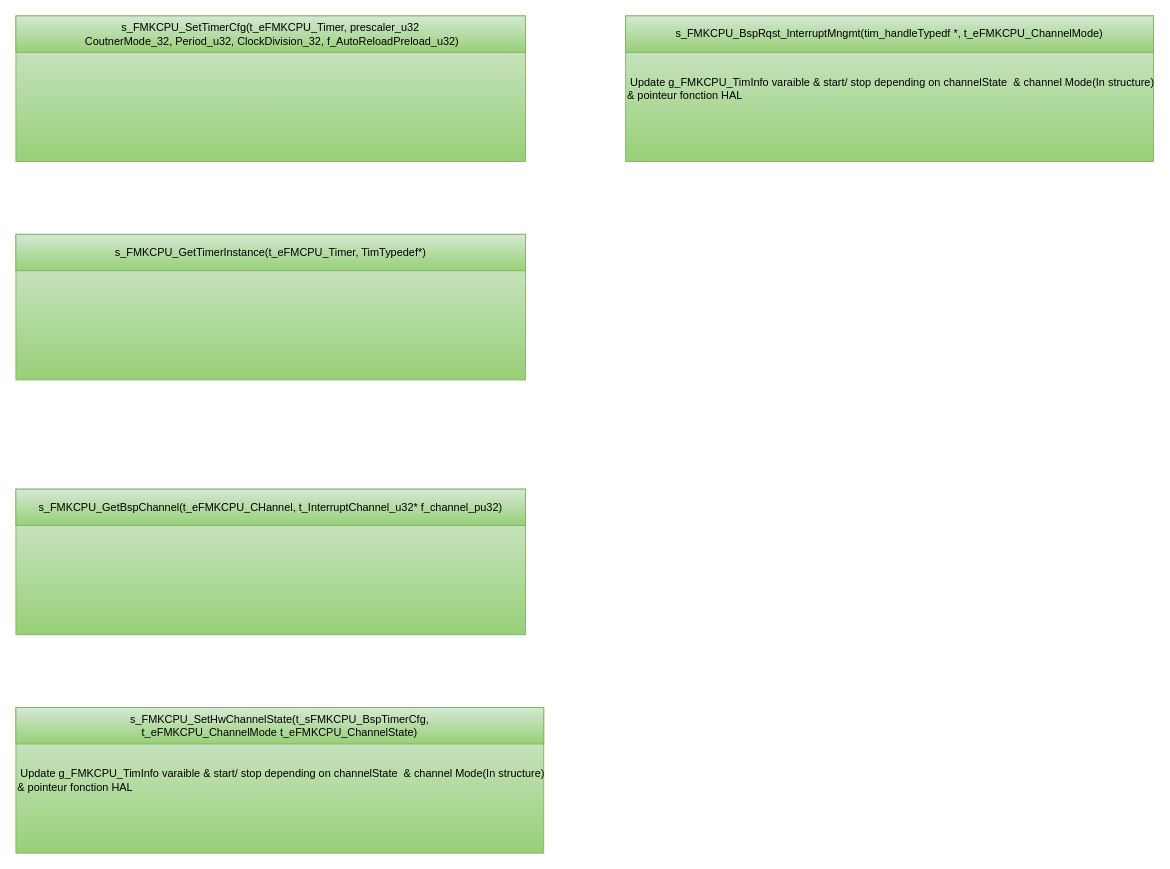
This is page "Static API" (2 of 14) of src/1_FMK/FMK_HAL/FMK_CPU/Doc/FMK_CPU.drawio from mbarbeau0545/Stm32PrjTpl, a draw.io file, before an edit. Source tidied: cells renumbered, new cells numbered last; positions are measured from the earlier drawing's top-left corner, leaving out a move shared by most shapes. Both pictures are drawn from the tidied source at 91%, with x=0, y=0 at pixel (15, 15).
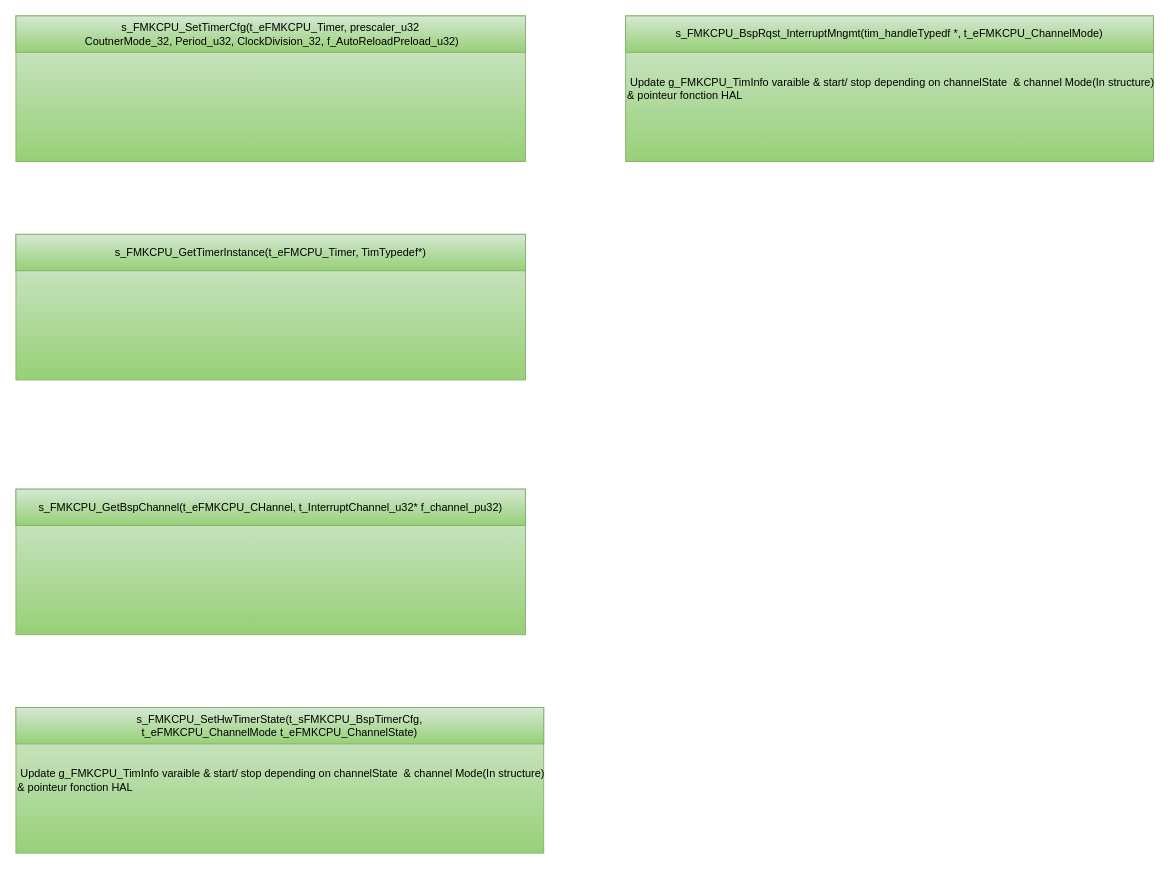
After the change.

The edit, as a diff of the source:
```diff
@@
 <mxGraphModel>
   <root>
     <mxCell id="0" />
     <mxCell id="1" parent="0" />
     <mxCell id="2" style="group;" parent="1" vertex="1">
       <mxGeometry width="560" height="160" as="geometry" />
     </mxCell>
     <mxCell id="3" style="rounded=0;whiteSpace=wrap;html=1;fillColor=#d5e8d4;gradientColor=#97d077;strokeColor=#82b366;fontColor=#000000;align=left;" parent="2" vertex="1">
       <mxGeometry width="560" height="160" as="geometry" />
     </mxCell>
     <mxCell id="4" value="s_FMKCPU_SetTimerCfg(&lt;span style=&quot;text-wrap: nowrap; text-align: left;&quot;&gt;t_eFMKCPU_Timer&lt;/span&gt;&lt;span style=&quot;text-wrap: nowrap; text-align: left;&quot;&gt;, prescaler_u32&lt;/span&gt;&lt;div&gt;&amp;nbsp;CoutnerMode_32, Period_u32, ClockDivision_32, f_AutoReloadPreload_u32)&lt;/div&gt;" style="rounded=0;whiteSpace=wrap;html=1;fillColor=#d5e8d4;gradientColor=#97d077;strokeColor=#82b366;fontColor=#000000;" parent="2" vertex="1">
       <mxGeometry width="560" height="40" as="geometry" />
     </mxCell>
     <mxCell id="5" style="group;" parent="1" vertex="1">
       <mxGeometry y="240" width="560" height="160" as="geometry" />
     </mxCell>
     <mxCell id="6" style="rounded=0;whiteSpace=wrap;html=1;fillColor=#d5e8d4;gradientColor=#97d077;strokeColor=#82b366;fontColor=#000000;align=left;" parent="5" vertex="1">
       <mxGeometry width="560" height="160" as="geometry" />
     </mxCell>
     <mxCell id="7" value="s_FMKCPU_GetTimerInstance(&lt;span style=&quot;text-align: left; text-wrap: nowrap;&quot;&gt;t_eFMCPU_Timer, TimTypedef&lt;/span&gt;&lt;span style=&quot;background-color: initial; text-wrap: nowrap; text-align: left;&quot;&gt;*&lt;/span&gt;&lt;span style=&quot;background-color: initial;&quot;&gt;)&lt;/span&gt;" style="rounded=0;whiteSpace=wrap;html=1;fillColor=#d5e8d4;gradientColor=#97d077;strokeColor=#82b366;fontColor=#000000;" parent="5" vertex="1">
       <mxGeometry width="560" height="40" as="geometry" />
     </mxCell>
     <mxCell id="8" style="group;" parent="1" vertex="1">
       <mxGeometry y="520" width="560" height="160" as="geometry" />
     </mxCell>
     <mxCell id="9" style="rounded=0;whiteSpace=wrap;html=1;fillColor=#d5e8d4;gradientColor=#97d077;strokeColor=#82b366;fontColor=#000000;align=left;" parent="8" vertex="1">
       <mxGeometry width="560" height="160" as="geometry" />
     </mxCell>
     <mxCell id="10" value="s_FMKCPU_GetBspChannel(&lt;span style=&quot;text-align: left; text-wrap: nowrap;&quot;&gt;t_eFMKCPU_CHannel&lt;/span&gt;&lt;span style=&quot;text-align: left; text-wrap: nowrap;&quot;&gt;,&amp;nbsp;&lt;/span&gt;&lt;span style=&quot;text-align: left; text-wrap: nowrap;&quot;&gt;t_InterruptChannel_u32&lt;/span&gt;&lt;span style=&quot;text-align: left; text-wrap: nowrap;&quot;&gt;* f_channel_pu32&lt;/span&gt;&lt;span style=&quot;background-color: initial;&quot;&gt;)&lt;/span&gt;" style="rounded=0;whiteSpace=wrap;html=1;fillColor=#d5e8d4;gradientColor=#97d077;strokeColor=#82b366;fontColor=#000000;" parent="8" vertex="1">
       <mxGeometry width="560" height="40" as="geometry" />
     </mxCell>
     <mxCell id="11" style="group;" parent="1" vertex="1">
       <mxGeometry y="760" width="580" height="160" as="geometry" />
     </mxCell>
     <mxCell id="12" value="&amp;nbsp;Update&amp;nbsp;&lt;span style=&quot;text-wrap: nowrap;&quot;&gt;&lt;font style=&quot;font-size: 12px;&quot;&gt;g_FMKCPU_TimInfo varaible &amp;amp; start/ stop depending on channelState&amp;nbsp; &amp;amp; channel Mode(In structure)&lt;/font&gt;&lt;/span&gt;&lt;div&gt;&lt;span style=&quot;text-wrap: nowrap;&quot;&gt;&lt;font style=&quot;font-size: 12px;&quot;&gt;&amp;amp; pointeur fonction HAL&amp;nbsp;&lt;/font&gt;&lt;/span&gt;&lt;/div&gt;" style="rounded=0;whiteSpace=wrap;html=1;fillColor=#d5e8d4;gradientColor=#97d077;strokeColor=#82b366;fontColor=#000000;align=left;" parent="11" vertex="1">
       <mxGeometry width="580" height="160" as="geometry" />
     </mxCell>
-    <mxCell id="13" value="&lt;font style=&quot;font-size: 12px;&quot;&gt;s_FMKCPU_SetHwChannelState(&lt;span style=&quot;text-align: left; text-wrap: nowrap;&quot;&gt;t_sFMKCPU_Bsp&lt;/span&gt;&lt;span style=&quot;text-align: left; text-wrap: nowrap; background-color: initial;&quot;&gt;TimerCfg&lt;/span&gt;&lt;span style=&quot;text-align: left; text-wrap: nowrap;&quot;&gt;,&lt;/span&gt;&lt;/font&gt;&lt;div&gt;&lt;font style=&quot;font-size: 12px;&quot;&gt;&lt;span style=&quot;text-align: left; text-wrap: nowrap;&quot;&gt;t_eFMKCPU_ChannelMode&lt;/span&gt;&lt;span style=&quot;text-align: left; text-wrap: nowrap;&quot;&gt;&amp;nbsp;&lt;/span&gt;t_eFMKCPU_ChannelState)&lt;/font&gt;&lt;/div&gt;" style="rounded=0;whiteSpace=wrap;html=1;fillColor=#d5e8d4;gradientColor=#97d077;strokeColor=#82b366;fontColor=#000000;" parent="11" vertex="1">
+    <mxCell id="13" value="&lt;font style=&quot;font-size: 12px;&quot;&gt;s_FMKCPU_SetHwTimerState(&lt;span style=&quot;text-align: left; text-wrap: nowrap;&quot;&gt;t_sFMKCPU_Bsp&lt;/span&gt;&lt;span style=&quot;text-align: left; text-wrap: nowrap; background-color: initial;&quot;&gt;TimerCfg&lt;/span&gt;&lt;span style=&quot;text-align: left; text-wrap: nowrap;&quot;&gt;,&lt;/span&gt;&lt;/font&gt;&lt;div&gt;&lt;font style=&quot;font-size: 12px;&quot;&gt;&lt;span style=&quot;text-align: left; text-wrap: nowrap;&quot;&gt;t_eFMKCPU_ChannelMode&lt;/span&gt;&lt;span style=&quot;text-align: left; text-wrap: nowrap;&quot;&gt;&amp;nbsp;&lt;/span&gt;t_eFMKCPU_ChannelState)&lt;/font&gt;&lt;/div&gt;" style="rounded=0;whiteSpace=wrap;html=1;fillColor=#d5e8d4;gradientColor=#97d077;strokeColor=#82b366;fontColor=#000000;" parent="11" vertex="1">
       <mxGeometry width="580" height="40" as="geometry" />
     </mxCell>
     <mxCell id="14" style="group;" parent="1" vertex="1">
       <mxGeometry x="670" width="580" height="160" as="geometry" />
     </mxCell>
     <mxCell id="15" value="&amp;nbsp;Update&amp;nbsp;&lt;span style=&quot;text-wrap: nowrap;&quot;&gt;&lt;font style=&quot;font-size: 12px;&quot;&gt;g_FMKCPU_TimInfo varaible &amp;amp; start/ stop depending on channelState&amp;nbsp; &amp;amp; channel Mode(In structure)&lt;/font&gt;&lt;/span&gt;&lt;div&gt;&lt;span style=&quot;text-wrap: nowrap;&quot;&gt;&lt;font style=&quot;font-size: 12px;&quot;&gt;&amp;amp; pointeur fonction HAL&amp;nbsp;&lt;/font&gt;&lt;/span&gt;&lt;/div&gt;" style="rounded=0;whiteSpace=wrap;html=1;fillColor=#d5e8d4;gradientColor=#97d077;strokeColor=#82b366;fontColor=#000000;align=left;" parent="14" vertex="1">
       <mxGeometry width="580" height="160" as="geometry" />
     </mxCell>
     <mxCell id="16" value="s_FMKCPU_BspRqst_InterruptMngmt(tim_handleTypedf *, t_eFMKCPU_ChannelMode)" style="rounded=0;whiteSpace=wrap;html=1;fillColor=#d5e8d4;gradientColor=#97d077;strokeColor=#82b366;fontColor=#000000;" parent="14" vertex="1">
       <mxGeometry width="580" height="40" as="geometry" />
     </mxCell>
   </root>
 </mxGraphModel>
```
